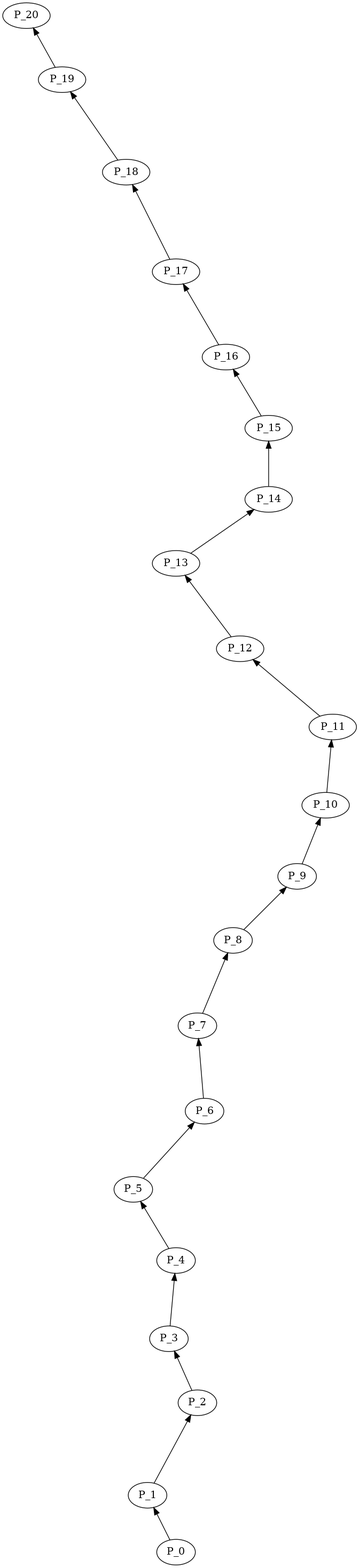
This is Generation Test/graph.png from Crazy-German/Generation-Proto, a Graphviz export, as it was before one commit. Its source is kept beside it as Generation Test/graph.dot. Its diagram source:
```dot
digraph {
Platform_0 [
label = P_0
pos = "0,0!"
]
Platform_1 [
label = P_1
pos = "-40,80!"
]
Platform_0 -> Platform_1
Platform_2 [
label = P_2
pos = "30,210!"
]
Platform_1 -> Platform_2
Platform_3 [
label = P_3
pos = "-10,300!"
]
Platform_2 -> Platform_3
Platform_4 [
label = P_4
pos = "0,410!"
]
Platform_3 -> Platform_4
Platform_5 [
label = P_5
pos = "-60,510!"
]
Platform_4 -> Platform_5
Platform_6 [
label = P_6
pos = "40,620!"
]
Platform_5 -> Platform_6
Platform_7 [
label = P_7
pos = "30,740!"
]
Platform_6 -> Platform_7
Platform_8 [
label = P_8
pos = "80,860!"
]
Platform_7 -> Platform_8
Platform_9 [
label = P_9
pos = "170,950!"
]
Platform_8 -> Platform_9
Platform_10 [
label = P_10
pos = "210,1050!"
]
Platform_9 -> Platform_10
Platform_11 [
label = P_11
pos = "220,1160!"
]
Platform_10 -> Platform_11
Platform_12 [
label = P_12
pos = "90,1270!"
]
Platform_11 -> Platform_12
Platform_13 [
label = P_13
pos = "0,1390!"
]
Platform_12 -> Platform_13
Platform_14 [
label = P_14
pos = "130,1480!"
]
Platform_13 -> Platform_14
Platform_15 [
label = P_15
pos = "130,1580!"
]
Platform_14 -> Platform_15
Platform_16 [
label = P_16
pos = "70,1680!"
]
Platform_15 -> Platform_16
Platform_17 [
label = P_17
pos = "0,1800!"
]
Platform_16 -> Platform_17
Platform_18 [
label = P_18
pos = "-70,1940!"
]
Platform_17 -> Platform_18
Platform_19 [
label = P_19
pos = "-160,2070!"
]
Platform_18 -> Platform_19
Platform_20 [
label = P_20
pos = "-210,2160!"
]
Platform_19 -> Platform_20
}
```
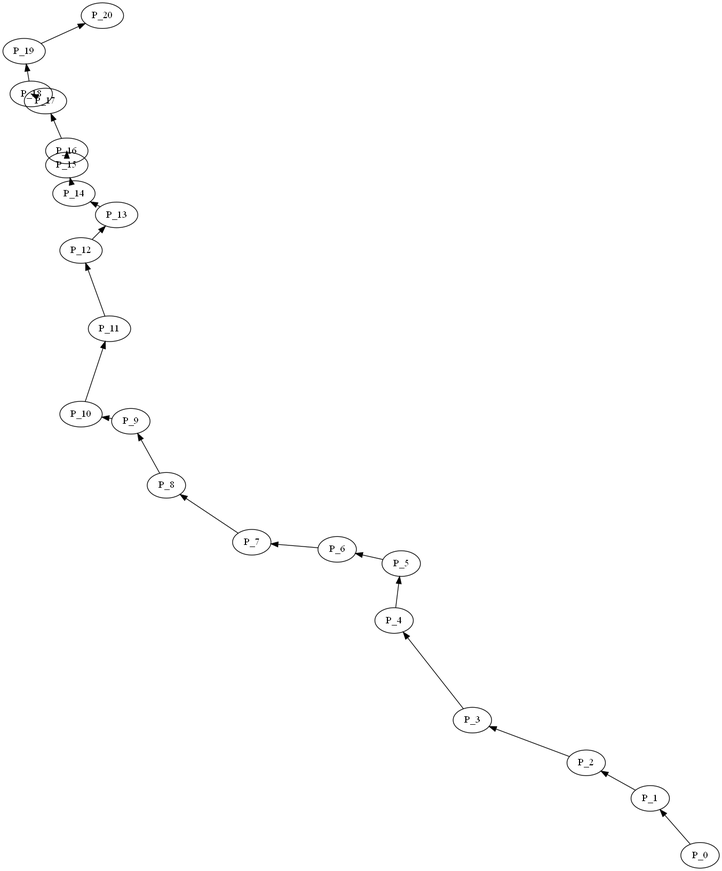
The same file after the commit.

Change to the diagram source:
```diff
@@ -5,102 +5,102 @@
 ]
 Platform_1 [
 label = P_1
-pos = "-40,80!"
+pos = "-70,80!"
 ]
 Platform_0 -> Platform_1
 Platform_2 [
 label = P_2
-pos = "30,210!"
+pos = "-160,130!"
 ]
 Platform_1 -> Platform_2
 Platform_3 [
 label = P_3
-pos = "-10,300!"
+pos = "-320,190!"
 ]
 Platform_2 -> Platform_3
 Platform_4 [
 label = P_4
-pos = "0,410!"
+pos = "-430,330!"
 ]
 Platform_3 -> Platform_4
 Platform_5 [
 label = P_5
-pos = "-60,510!"
+pos = "-420,410!"
 ]
 Platform_4 -> Platform_5
 Platform_6 [
 label = P_6
-pos = "40,620!"
+pos = "-510,430!"
 ]
 Platform_5 -> Platform_6
 Platform_7 [
 label = P_7
-pos = "30,740!"
+pos = "-630,440!"
 ]
 Platform_6 -> Platform_7
 Platform_8 [
 label = P_8
-pos = "80,860!"
+pos = "-750,520!"
 ]
 Platform_7 -> Platform_8
 Platform_9 [
 label = P_9
-pos = "170,950!"
+pos = "-800,610!"
 ]
 Platform_8 -> Platform_9
 Platform_10 [
 label = P_10
-pos = "210,1050!"
+pos = "-870,620!"
 ]
 Platform_9 -> Platform_10
 Platform_11 [
 label = P_11
-pos = "220,1160!"
+pos = "-830,740!"
 ]
 Platform_10 -> Platform_11
 Platform_12 [
 label = P_12
-pos = "90,1270!"
+pos = "-870,850!"
 ]
 Platform_11 -> Platform_12
 Platform_13 [
 label = P_13
-pos = "0,1390!"
+pos = "-820,900!"
 ]
 Platform_12 -> Platform_13
 Platform_14 [
 label = P_14
-pos = "130,1480!"
+pos = "-880,930!"
 ]
 Platform_13 -> Platform_14
 Platform_15 [
 label = P_15
-pos = "130,1580!"
+pos = "-890,970!"
 ]
 Platform_14 -> Platform_15
 Platform_16 [
 label = P_16
-pos = "70,1680!"
+pos = "-890,990!"
 ]
 Platform_15 -> Platform_16
 Platform_17 [
 label = P_17
-pos = "0,1800!"
+pos = "-920,1060!"
 ]
 Platform_16 -> Platform_17
 Platform_18 [
 label = P_18
-pos = "-70,1940!"
+pos = "-940,1070!"
 ]
 Platform_17 -> Platform_18
 Platform_19 [
 label = P_19
-pos = "-160,2070!"
+pos = "-950,1130!"
 ]
 Platform_18 -> Platform_19
 Platform_20 [
 label = P_20
-pos = "-210,2160!"
+pos = "-840,1180!"
 ]
 Platform_19 -> Platform_20
 }
```
